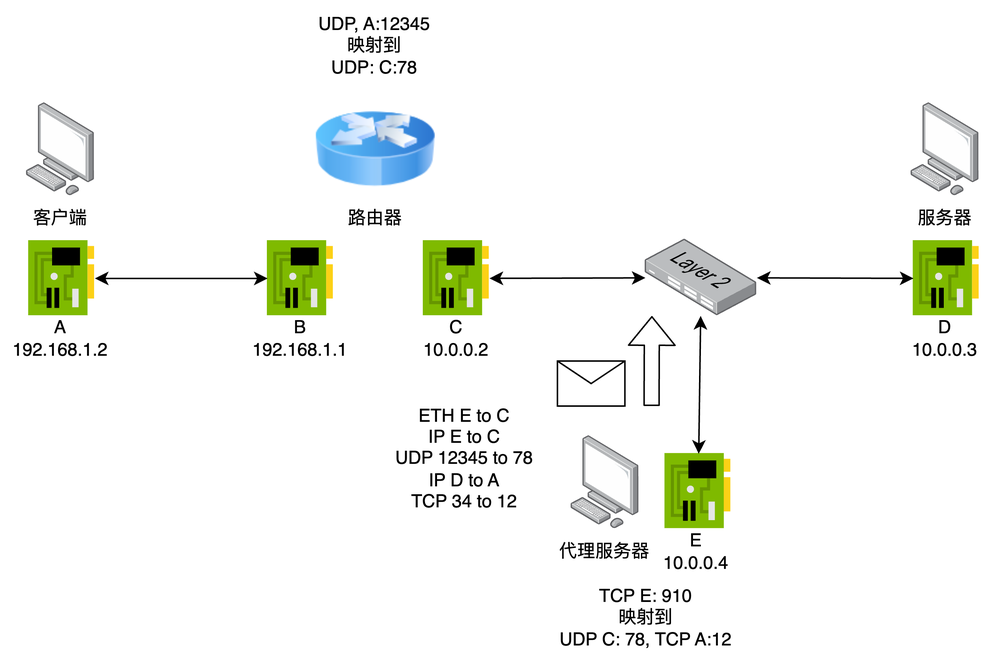
N2Sys-EDU/Lab3-Documentation keeps this draw.io diagram as example_step10.png. Above is the earlier version. Source tidied: cells renumbered, new cells last; positions are measured from the earlier drawing's top-left corner, leaving out a move shared by most shapes. The source it was exported from:
```xml
<mxGraphModel>
  <root>
    <mxCell id="0" />
    <mxCell id="1" parent="0" />
    <mxCell id="2" style="image;html=1;image=img/lib/clip_art/networking/Router_Icon_128x128.png;" parent="1" vertex="1">
      <mxGeometry x="210" y="59.1" width="80" height="80" as="geometry" />
    </mxCell>
    <mxCell id="3" style="html=1;align=center;shadow=0;dashed=0;image;image=img/lib/allied_telesis/computer_and_terminals/Personal_Computer.svg;" parent="1" vertex="1">
      <mxGeometry x="17.2" y="68.2" width="45.6" height="61.8" as="geometry" />
    </mxCell>
    <mxCell id="4" value="客户端" style="text;html=1;strokeColor=none;fillColor=none;align=center;verticalAlign=middle;whiteSpace=wrap;rounded=0;" parent="1" vertex="1">
      <mxGeometry y="130" width="80" height="30" as="geometry" />
    </mxCell>
    <mxCell id="5" style="sketch=0;html=1;points=[];align=center;image;fontSize=12;image=img/lib/mscae/NetworkInterfaceCard.svg;" parent="1" vertex="1">
      <mxGeometry x="178" y="160" width="44" height="50" as="geometry" />
    </mxCell>
    <mxCell id="6" style="sketch=0;html=1;points=[];align=center;image;fontSize=12;image=img/lib/mscae/NetworkInterfaceCard.svg;" parent="1" vertex="1">
      <mxGeometry x="18.8" y="160" width="44" height="50" as="geometry" />
    </mxCell>
    <mxCell id="7" value="A&lt;br&gt;192.168.1.2" style="text;html=1;strokeColor=none;fillColor=none;align=center;verticalAlign=middle;whiteSpace=wrap;rounded=0;" parent="1" vertex="1">
      <mxGeometry y="210" width="80" height="30" as="geometry" />
    </mxCell>
    <mxCell id="8" value="路由器" style="text;html=1;strokeColor=none;fillColor=none;align=center;verticalAlign=middle;whiteSpace=wrap;rounded=0;" parent="1" vertex="1">
      <mxGeometry x="210" y="130" width="80" height="30" as="geometry" />
    </mxCell>
    <mxCell id="9" value="B&lt;br&gt;192.168.1.1" style="text;html=1;strokeColor=none;fillColor=none;align=center;verticalAlign=middle;whiteSpace=wrap;rounded=0;" parent="1" vertex="1">
      <mxGeometry x="160" y="210" width="80" height="30" as="geometry" />
    </mxCell>
    <mxCell id="10" style="endArrow=classic;startArrow=classic;html=1;" parent="1" edge="1" source="6" target="5">
      <mxGeometry relative="1" as="geometry" />
    </mxCell>
    <mxCell id="11" style="sketch=0;html=1;points=[];align=center;image;fontSize=12;image=img/lib/mscae/NetworkInterfaceCard.svg;" parent="1" vertex="1">
      <mxGeometry x="282" y="160" width="44" height="50" as="geometry" />
    </mxCell>
    <mxCell id="12" value="C&lt;br&gt;10.0.0.2" style="text;html=1;strokeColor=none;fillColor=none;align=center;verticalAlign=middle;whiteSpace=wrap;rounded=0;" parent="1" vertex="1">
      <mxGeometry x="264" y="210" width="80" height="30" as="geometry" />
    </mxCell>
    <mxCell id="13" style="html=1;align=center;shadow=0;dashed=0;image;image=img/lib/allied_telesis/computer_and_terminals/Personal_Computer.svg;" parent="1" vertex="1">
      <mxGeometry x="607.2" y="68.2" width="45.6" height="61.8" as="geometry" />
    </mxCell>
    <mxCell id="14" value="服务器" style="text;html=1;strokeColor=none;fillColor=none;align=center;verticalAlign=middle;whiteSpace=wrap;rounded=0;" parent="1" vertex="1">
      <mxGeometry x="590" y="130" width="80" height="30" as="geometry" />
    </mxCell>
    <mxCell id="15" style="sketch=0;html=1;points=[];align=center;image;fontSize=12;image=img/lib/mscae/NetworkInterfaceCard.svg;" parent="1" vertex="1">
      <mxGeometry x="608.8" y="160" width="44" height="50" as="geometry" />
    </mxCell>
    <mxCell id="16" value="D&lt;br&gt;10.0.0.3" style="text;html=1;strokeColor=none;fillColor=none;align=center;verticalAlign=middle;whiteSpace=wrap;rounded=0;" parent="1" vertex="1">
      <mxGeometry x="590" y="210" width="80" height="30" as="geometry" />
    </mxCell>
    <mxCell id="17" style="endArrow=classic;startArrow=classic;html=1;" parent="1" edge="1" source="11" target="18">
      <mxGeometry relative="1" as="geometry" />
    </mxCell>
    <mxCell id="18" style="points=[];html=1;align=center;shadow=0;dashed=0;image;image=img/lib/allied_telesis/switch/Switch_24_port_L2.svg;" parent="1" vertex="1">
      <mxGeometry x="430" y="159" width="74.4" height="51" as="geometry" />
    </mxCell>
    <mxCell id="19" style="endArrow=classic;startArrow=classic;html=1;" parent="1" edge="1" source="18" target="15">
      <mxGeometry relative="1" as="geometry" />
    </mxCell>
    <mxCell id="20" style="html=1;align=center;shadow=0;dashed=0;image;image=img/lib/allied_telesis/computer_and_terminals/Personal_Computer.svg;" parent="1" vertex="1">
      <mxGeometry x="380.4" y="290" width="45.6" height="61.8" as="geometry" />
    </mxCell>
    <mxCell id="21" value="代理服务器" style="text;html=1;strokeColor=none;fillColor=none;align=center;verticalAlign=middle;whiteSpace=wrap;rounded=0;" parent="1" vertex="1">
      <mxGeometry x="363.2" y="351.8" width="80" height="30" as="geometry" />
    </mxCell>
    <mxCell id="22" style="sketch=0;html=1;points=[];align=center;image;fontSize=12;image=img/lib/mscae/NetworkInterfaceCard.svg;" parent="1" vertex="1">
      <mxGeometry x="443.2" y="301.8" width="44" height="50" as="geometry" />
    </mxCell>
    <mxCell id="23" value="E&lt;br&gt;10.0.0.4" style="text;html=1;strokeColor=none;fillColor=none;align=center;verticalAlign=middle;whiteSpace=wrap;rounded=0;" parent="1" vertex="1">
      <mxGeometry x="424.4" y="351.8" width="80" height="30" as="geometry" />
    </mxCell>
    <mxCell id="24" style="endArrow=classic;startArrow=classic;html=1;" parent="1" edge="1" source="18" target="22">
      <mxGeometry relative="1" as="geometry" />
    </mxCell>
    <mxCell id="25" value="UDP, A:12345&lt;br&gt;映射到&lt;br&gt;UDP: C:78" style="text;html=1;strokeColor=none;fillColor=none;align=center;verticalAlign=middle;whiteSpace=wrap;rounded=0;" parent="1" vertex="1">
      <mxGeometry x="189.4" width="121.2" height="59.1" as="geometry" />
    </mxCell>
    <mxCell id="26" style="shape=message;html=1;html=1;labelPosition=center;verticalLabelPosition=bottom;align=center;verticalAlign=top;" parent="1" vertex="1">
      <mxGeometry x="371.3" y="240" width="45" height="30" as="geometry" />
    </mxCell>
    <mxCell id="27" style="shape=flexArrow;endArrow=classic;html=1;" parent="1" edge="1">
      <mxGeometry relative="1" as="geometry">
        <mxPoint x="434.1" y="270" as="sourcePoint" />
        <mxPoint x="434.3" y="210" as="targetPoint" />
      </mxGeometry>
    </mxCell>
    <mxCell id="28" value="ETH E to C&lt;br&gt;IP E to C&lt;br&gt;UDP 12345 to 78&lt;br&gt;IP D to A&lt;br&gt;TCP 34 to 12" style="text;html=1;strokeColor=none;fillColor=none;align=center;verticalAlign=middle;whiteSpace=wrap;rounded=0;" parent="1" vertex="1">
      <mxGeometry x="248.8" y="260" width="121.2" height="90" as="geometry" />
    </mxCell>
    <mxCell id="29" value="TCP E: 910&lt;br&gt;映射到&lt;br&gt;UDP C: 78, TCP A:12" style="text;html=1;strokeColor=none;fillColor=none;align=center;verticalAlign=middle;whiteSpace=wrap;rounded=0;" parent="1" vertex="1">
      <mxGeometry x="370" y="381.8" width="121.2" height="58.2" as="geometry" />
    </mxCell>
  </root>
</mxGraphModel>
```
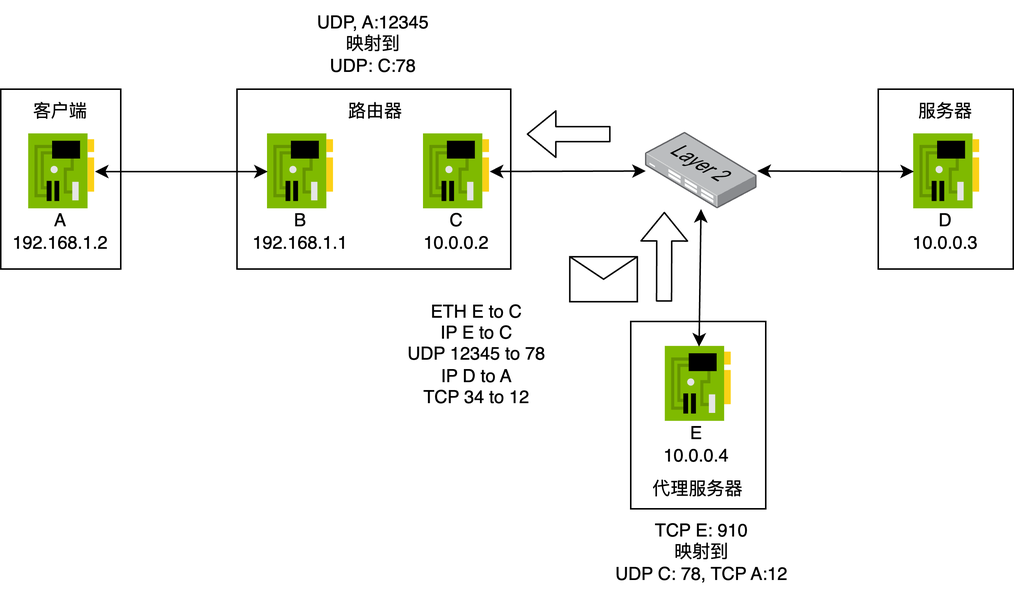
The same file after the commit.

The edit, as a diff of the source:
```diff
@@ -2,92 +2,98 @@
   <root>
     <mxCell id="0" />
     <mxCell id="1" parent="0" />
-    <mxCell id="2" style="image;html=1;image=img/lib/clip_art/networking/Router_Icon_128x128.png;" parent="1" vertex="1">
-      <mxGeometry x="210" y="59.1" width="80" height="80" as="geometry" />
-    </mxCell>
-    <mxCell id="3" style="html=1;align=center;shadow=0;dashed=0;image;image=img/lib/allied_telesis/computer_and_terminals/Personal_Computer.svg;" parent="1" vertex="1">
-      <mxGeometry x="17.2" y="68.2" width="45.6" height="61.8" as="geometry" />
-    </mxCell>
-    <mxCell id="4" value="客户端" style="text;html=1;strokeColor=none;fillColor=none;align=center;verticalAlign=middle;whiteSpace=wrap;rounded=0;" parent="1" vertex="1">
-      <mxGeometry y="130" width="80" height="30" as="geometry" />
-    </mxCell>
-    <mxCell id="5" style="sketch=0;html=1;points=[];align=center;image;fontSize=12;image=img/lib/mscae/NetworkInterfaceCard.svg;" parent="1" vertex="1">
-      <mxGeometry x="178" y="160" width="44" height="50" as="geometry" />
-    </mxCell>
-    <mxCell id="6" style="sketch=0;html=1;points=[];align=center;image;fontSize=12;image=img/lib/mscae/NetworkInterfaceCard.svg;" parent="1" vertex="1">
-      <mxGeometry x="18.8" y="160" width="44" height="50" as="geometry" />
-    </mxCell>
-    <mxCell id="7" value="A&lt;br&gt;192.168.1.2" style="text;html=1;strokeColor=none;fillColor=none;align=center;verticalAlign=middle;whiteSpace=wrap;rounded=0;" parent="1" vertex="1">
-      <mxGeometry y="210" width="80" height="30" as="geometry" />
-    </mxCell>
-    <mxCell id="8" value="路由器" style="text;html=1;strokeColor=none;fillColor=none;align=center;verticalAlign=middle;whiteSpace=wrap;rounded=0;" parent="1" vertex="1">
-      <mxGeometry x="210" y="130" width="80" height="30" as="geometry" />
-    </mxCell>
-    <mxCell id="9" value="B&lt;br&gt;192.168.1.1" style="text;html=1;strokeColor=none;fillColor=none;align=center;verticalAlign=middle;whiteSpace=wrap;rounded=0;" parent="1" vertex="1">
-      <mxGeometry x="160" y="210" width="80" height="30" as="geometry" />
-    </mxCell>
-    <mxCell id="10" style="endArrow=classic;startArrow=classic;html=1;" parent="1" edge="1" source="6" target="5">
-      <mxGeometry relative="1" as="geometry" />
-    </mxCell>
-    <mxCell id="11" style="sketch=0;html=1;points=[];align=center;image;fontSize=12;image=img/lib/mscae/NetworkInterfaceCard.svg;" parent="1" vertex="1">
-      <mxGeometry x="282" y="160" width="44" height="50" as="geometry" />
-    </mxCell>
-    <mxCell id="12" value="C&lt;br&gt;10.0.0.2" style="text;html=1;strokeColor=none;fillColor=none;align=center;verticalAlign=middle;whiteSpace=wrap;rounded=0;" parent="1" vertex="1">
-      <mxGeometry x="264" y="210" width="80" height="30" as="geometry" />
-    </mxCell>
-    <mxCell id="13" style="html=1;align=center;shadow=0;dashed=0;image;image=img/lib/allied_telesis/computer_and_terminals/Personal_Computer.svg;" parent="1" vertex="1">
-      <mxGeometry x="607.2" y="68.2" width="45.6" height="61.8" as="geometry" />
-    </mxCell>
-    <mxCell id="14" value="服务器" style="text;html=1;strokeColor=none;fillColor=none;align=center;verticalAlign=middle;whiteSpace=wrap;rounded=0;" parent="1" vertex="1">
-      <mxGeometry x="590" y="130" width="80" height="30" as="geometry" />
-    </mxCell>
-    <mxCell id="15" style="sketch=0;html=1;points=[];align=center;image;fontSize=12;image=img/lib/mscae/NetworkInterfaceCard.svg;" parent="1" vertex="1">
-      <mxGeometry x="608.8" y="160" width="44" height="50" as="geometry" />
-    </mxCell>
-    <mxCell id="16" value="D&lt;br&gt;10.0.0.3" style="text;html=1;strokeColor=none;fillColor=none;align=center;verticalAlign=middle;whiteSpace=wrap;rounded=0;" parent="1" vertex="1">
-      <mxGeometry x="590" y="210" width="80" height="30" as="geometry" />
-    </mxCell>
-    <mxCell id="17" style="endArrow=classic;startArrow=classic;html=1;" parent="1" edge="1" source="11" target="18">
-      <mxGeometry relative="1" as="geometry" />
-    </mxCell>
-    <mxCell id="18" style="points=[];html=1;align=center;shadow=0;dashed=0;image;image=img/lib/allied_telesis/switch/Switch_24_port_L2.svg;" parent="1" vertex="1">
-      <mxGeometry x="430" y="159" width="74.4" height="51" as="geometry" />
-    </mxCell>
-    <mxCell id="19" style="endArrow=classic;startArrow=classic;html=1;" parent="1" edge="1" source="18" target="15">
-      <mxGeometry relative="1" as="geometry" />
-    </mxCell>
-    <mxCell id="20" style="html=1;align=center;shadow=0;dashed=0;image;image=img/lib/allied_telesis/computer_and_terminals/Personal_Computer.svg;" parent="1" vertex="1">
-      <mxGeometry x="380.4" y="290" width="45.6" height="61.8" as="geometry" />
-    </mxCell>
-    <mxCell id="21" value="代理服务器" style="text;html=1;strokeColor=none;fillColor=none;align=center;verticalAlign=middle;whiteSpace=wrap;rounded=0;" parent="1" vertex="1">
-      <mxGeometry x="363.2" y="351.8" width="80" height="30" as="geometry" />
-    </mxCell>
-    <mxCell id="22" style="sketch=0;html=1;points=[];align=center;image;fontSize=12;image=img/lib/mscae/NetworkInterfaceCard.svg;" parent="1" vertex="1">
-      <mxGeometry x="443.2" y="301.8" width="44" height="50" as="geometry" />
-    </mxCell>
-    <mxCell id="23" value="E&lt;br&gt;10.0.0.4" style="text;html=1;strokeColor=none;fillColor=none;align=center;verticalAlign=middle;whiteSpace=wrap;rounded=0;" parent="1" vertex="1">
-      <mxGeometry x="424.4" y="351.8" width="80" height="30" as="geometry" />
-    </mxCell>
-    <mxCell id="24" style="endArrow=classic;startArrow=classic;html=1;" parent="1" edge="1" source="18" target="22">
-      <mxGeometry relative="1" as="geometry" />
-    </mxCell>
-    <mxCell id="25" value="UDP, A:12345&lt;br&gt;映射到&lt;br&gt;UDP: C:78" style="text;html=1;strokeColor=none;fillColor=none;align=center;verticalAlign=middle;whiteSpace=wrap;rounded=0;" parent="1" vertex="1">
-      <mxGeometry x="189.4" width="121.2" height="59.1" as="geometry" />
-    </mxCell>
     <mxCell id="26" style="shape=message;html=1;html=1;labelPosition=center;verticalLabelPosition=bottom;align=center;verticalAlign=top;" parent="1" vertex="1">
-      <mxGeometry x="371.3" y="240" width="45" height="30" as="geometry" />
+      <mxGeometry x="379.4" y="241.8" width="45" height="30" as="geometry" />
     </mxCell>
     <mxCell id="27" style="shape=flexArrow;endArrow=classic;html=1;" parent="1" edge="1">
       <mxGeometry relative="1" as="geometry">
-        <mxPoint x="434.1" y="270" as="sourcePoint" />
-        <mxPoint x="434.3" y="210" as="targetPoint" />
+        <mxPoint x="442.2" y="271.8" as="sourcePoint" />
+        <mxPoint x="442.4" y="211.8" as="targetPoint" />
       </mxGeometry>
     </mxCell>
     <mxCell id="28" value="ETH E to C&lt;br&gt;IP E to C&lt;br&gt;UDP 12345 to 78&lt;br&gt;IP D to A&lt;br&gt;TCP 34 to 12" style="text;html=1;strokeColor=none;fillColor=none;align=center;verticalAlign=middle;whiteSpace=wrap;rounded=0;" parent="1" vertex="1">
-      <mxGeometry x="248.8" y="260" width="121.2" height="90" as="geometry" />
+      <mxGeometry x="256.9" y="261.8" width="121.2" height="90" as="geometry" />
     </mxCell>
-    <mxCell id="29" value="TCP E: 910&lt;br&gt;映射到&lt;br&gt;UDP C: 78, TCP A:12" style="text;html=1;strokeColor=none;fillColor=none;align=center;verticalAlign=middle;whiteSpace=wrap;rounded=0;" parent="1" vertex="1">
-      <mxGeometry x="370" y="381.8" width="121.2" height="58.2" as="geometry" />
+    <mxCell id="29" value="UDP, A:12345&lt;br&gt;映射到&lt;br&gt;UDP: C:78" style="text;html=1;strokeColor=none;fillColor=none;align=center;verticalAlign=middle;whiteSpace=wrap;rounded=0;" parent="1" vertex="1">
+      <mxGeometry x="188.1" y="70.9" width="121.2" height="59.1" as="geometry" />
     </mxCell>
+    <mxCell id="30" value="TCP E: 910&lt;br&gt;映射到&lt;br&gt;UDP C: 78, TCP A:12" style="text;html=1;strokeColor=none;fillColor=none;align=center;verticalAlign=middle;whiteSpace=wrap;rounded=0;" parent="1" vertex="1">
+      <mxGeometry x="406.6" y="410" width="121.2" height="58.2" as="geometry" />
+    </mxCell>
+    <mxCell id="31" style="rounded=0;whiteSpace=wrap;html=1;" parent="1" vertex="1">
+      <mxGeometry x="585" y="130" width="90" height="120" as="geometry" />
+    </mxCell>
+    <mxCell id="32" style="rounded=0;whiteSpace=wrap;html=1;" parent="1" vertex="1">
+      <mxGeometry x="420" y="285" width="90" height="125" as="geometry" />
+    </mxCell>
+    <mxCell id="33" style="rounded=0;whiteSpace=wrap;html=1;" parent="1" vertex="1">
+      <mxGeometry x="157.5" y="130" width="182.5" height="120" as="geometry" />
+    </mxCell>
+    <mxCell id="34" style="rounded=0;whiteSpace=wrap;html=1;" parent="1" vertex="1">
+      <mxGeometry y="130" width="80" height="120" as="geometry" />
+    </mxCell>
+    <mxCell id="4" value="客户端" style="text;html=1;strokeColor=none;fillColor=none;align=center;verticalAlign=middle;whiteSpace=wrap;rounded=0;" parent="1" vertex="1">
+      <mxGeometry y="130" width="80" height="30" as="geometry" />
+    </mxCell>
+    <mxCell id="35" style="sketch=0;html=1;points=[];align=center;image;fontSize=12;image=img/lib/mscae/NetworkInterfaceCard.svg;" parent="1" vertex="1">
+      <mxGeometry x="178" y="160" width="44" height="50" as="geometry" />
+    </mxCell>
+    <mxCell id="36" style="sketch=0;html=1;points=[];align=center;image;fontSize=12;image=img/lib/mscae/NetworkInterfaceCard.svg;" parent="1" vertex="1">
+      <mxGeometry x="18.8" y="160" width="44" height="50" as="geometry" />
+    </mxCell>
+    <mxCell id="7" value="A&lt;br&gt;192.168.1.2" style="text;html=1;strokeColor=none;fillColor=none;align=center;verticalAlign=middle;whiteSpace=wrap;rounded=0;" parent="1" vertex="1">
+      <mxGeometry y="210" width="80" height="30" as="geometry" />
+    </mxCell>
+    <mxCell id="8" value="路由器" style="text;html=1;strokeColor=none;fillColor=none;align=center;verticalAlign=middle;whiteSpace=wrap;rounded=0;" parent="1" vertex="1">
+      <mxGeometry x="210" y="130" width="80" height="30" as="geometry" />
+    </mxCell>
+    <mxCell id="9" value="B&lt;br&gt;192.168.1.1" style="text;html=1;strokeColor=none;fillColor=none;align=center;verticalAlign=middle;whiteSpace=wrap;rounded=0;" parent="1" vertex="1">
+      <mxGeometry x="160" y="210" width="80" height="30" as="geometry" />
+    </mxCell>
+    <mxCell id="37" style="endArrow=classic;startArrow=classic;html=1;" parent="1" edge="1" source="36" target="35">
+      <mxGeometry relative="1" as="geometry" />
+    </mxCell>
+    <mxCell id="38" style="sketch=0;html=1;points=[];align=center;image;fontSize=12;image=img/lib/mscae/NetworkInterfaceCard.svg;" parent="1" vertex="1">
+      <mxGeometry x="282" y="160" width="44" height="50" as="geometry" />
+    </mxCell>
+    <mxCell id="12" value="C&lt;br&gt;10.0.0.2" style="text;html=1;strokeColor=none;fillColor=none;align=center;verticalAlign=middle;whiteSpace=wrap;rounded=0;" parent="1" vertex="1">
+      <mxGeometry x="264" y="210" width="80" height="30" as="geometry" />
+    </mxCell>
+    <mxCell id="14" value="服务器" style="text;html=1;strokeColor=none;fillColor=none;align=center;verticalAlign=middle;whiteSpace=wrap;rounded=0;" parent="1" vertex="1">
+      <mxGeometry x="590" y="130" width="80" height="30" as="geometry" />
+    </mxCell>
+    <mxCell id="39" style="sketch=0;html=1;points=[];align=center;image;fontSize=12;image=img/lib/mscae/NetworkInterfaceCard.svg;" parent="1" vertex="1">
+      <mxGeometry x="608.8" y="160" width="44" height="50" as="geometry" />
+    </mxCell>
+    <mxCell id="16" value="D&lt;br&gt;10.0.0.3" style="text;html=1;strokeColor=none;fillColor=none;align=center;verticalAlign=middle;whiteSpace=wrap;rounded=0;" parent="1" vertex="1">
+      <mxGeometry x="590" y="210" width="80" height="30" as="geometry" />
+    </mxCell>
+    <mxCell id="40" style="endArrow=classic;startArrow=classic;html=1;" parent="1" edge="1" source="38" target="41">
+      <mxGeometry relative="1" as="geometry" />
+    </mxCell>
+    <mxCell id="41" style="points=[];html=1;align=center;shadow=0;dashed=0;image;image=img/lib/allied_telesis/switch/Switch_24_port_L2.svg;" parent="1" vertex="1">
+      <mxGeometry x="430" y="159" width="74.4" height="51" as="geometry" />
+    </mxCell>
+    <mxCell id="42" style="endArrow=classic;startArrow=classic;html=1;" parent="1" edge="1" source="41" target="39">
+      <mxGeometry relative="1" as="geometry" />
+    </mxCell>
+    <mxCell id="21" value="代理服务器" style="text;html=1;strokeColor=none;fillColor=none;align=center;verticalAlign=middle;whiteSpace=wrap;rounded=0;" parent="1" vertex="1">
+      <mxGeometry x="425.2" y="381.8" width="80" height="30" as="geometry" />
+    </mxCell>
+    <mxCell id="43" style="sketch=0;html=1;points=[];align=center;image;fontSize=12;image=img/lib/mscae/NetworkInterfaceCard.svg;" parent="1" vertex="1">
+      <mxGeometry x="443.2" y="301.8" width="44" height="50" as="geometry" />
+    </mxCell>
+    <mxCell id="23" value="E&lt;br&gt;10.0.0.4" style="text;html=1;strokeColor=none;fillColor=none;align=center;verticalAlign=middle;whiteSpace=wrap;rounded=0;" parent="1" vertex="1">
+      <mxGeometry x="424.4" y="351.8" width="80" height="30" as="geometry" />
+    </mxCell>
+    <mxCell id="44" style="endArrow=classic;startArrow=classic;html=1;" parent="1" edge="1" source="41" target="43">
+      <mxGeometry relative="1" as="geometry" />
+    </mxCell>
+    <mxCell id="45" style="shape=flexArrow;endArrow=classic;html=1;" parent="1" edge="1">
+      <mxGeometry relative="1" as="geometry">
+        <mxPoint x="406.6" y="160" as="sourcePoint" />
+        <mxPoint x="350.6" y="160" as="targetPoint" />
+      </mxGeometry>
+    </mxCell>
   </root>
 </mxGraphModel>
```
